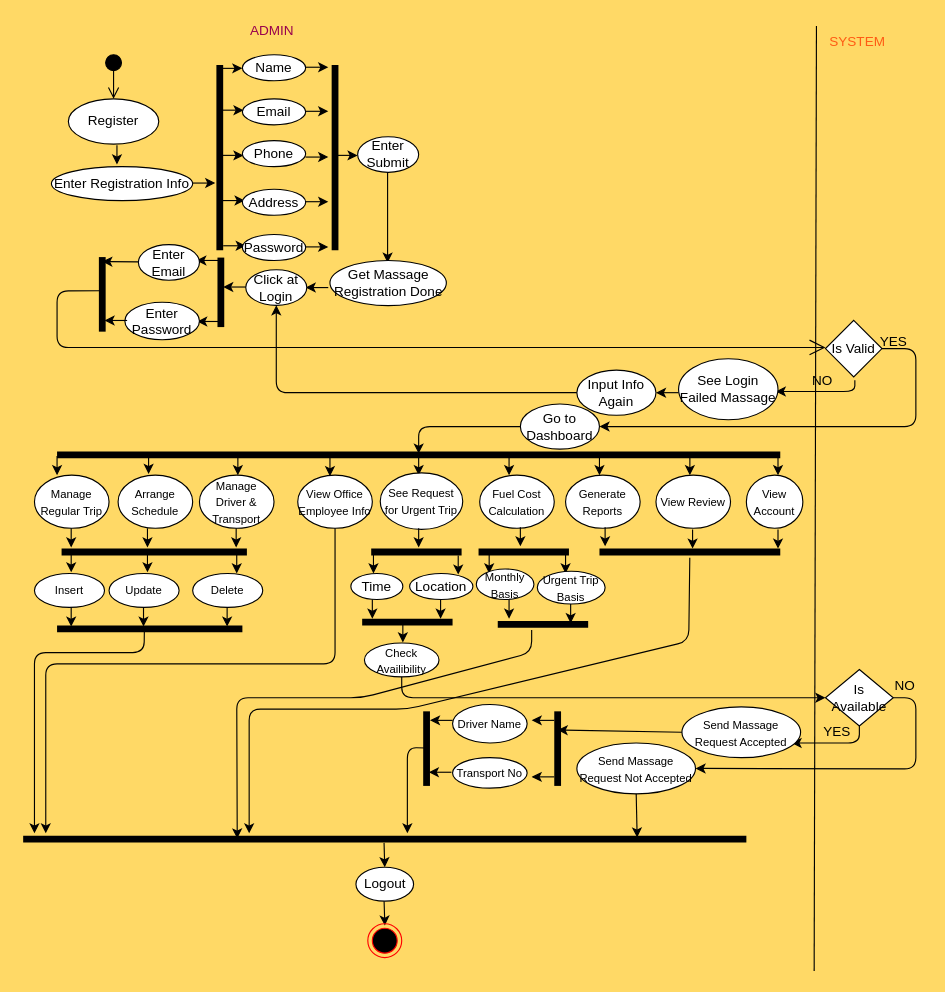
Before: resources/Untitled Diagram.drawio in SHIMAISRAFIL/Transport-Schedule, a draw.io diagram. Source tidied: cells renumbered, new cells numbered last; positions are measured from the earlier drawing's top-left corner, leaving out a move shared by most shapes. Both pictures are drawn from the tidied source at 113%, with x=0, y=0 at pixel (23, 19).
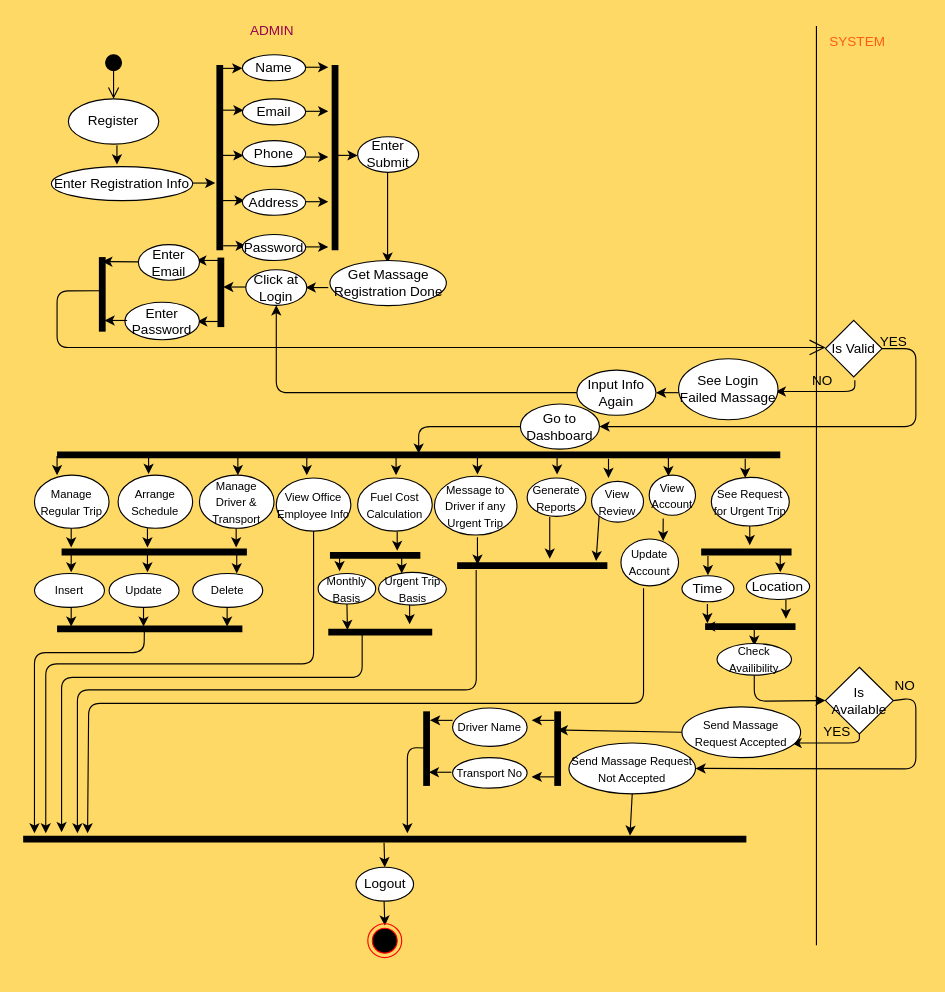
The same page after the edit.

Unchanged cells that the change refers to:
```xml
<mxCell id="77" style="shape=line;html=1;strokeWidth=6;rotation=0;" parent="1" vertex="1">
  <mxGeometry y="720" width="640" height="10" as="geometry" />
</mxCell>
<mxCell id="120" value="&lt;font color=&quot;#ff5b14&quot;&gt;SYSTEM&lt;/font&gt;" style="text;html=1;align=center;verticalAlign=middle;points=[];strokeColor=none;" parent="1" vertex="1">
  <mxGeometry x="703" y="10" width="70" height="20" as="geometry" />
</mxCell>
```

The edit, as a diff of the source:
```diff
@@
     <mxCell id="6" style="endArrow=classic;html=1;" parent="1" edge="1">
       <mxGeometry relative="1" as="geometry">
-        <mxPoint x="271.5" y="387" as="sourcePoint" />
-        <mxPoint x="271.5" y="404" as="targetPoint" />
+        <mxPoint x="251" y="386" as="sourcePoint" />
+        <mxPoint x="251" y="403" as="targetPoint" />
       </mxGeometry>
     </mxCell>
     <mxCell id="7" style="endArrow=classic;html=1;" parent="1" edge="1">
       <mxGeometry relative="1" as="geometry">
-        <mxPoint x="350" y="386" as="sourcePoint" />
-        <mxPoint x="350" y="403" as="targetPoint" />
+        <mxPoint x="330" y="386" as="sourcePoint" />
+        <mxPoint x="330" y="403" as="targetPoint" />
       </mxGeometry>
     </mxCell>
     <mxCell id="8" style="endArrow=classic;html=1;" parent="1" edge="1">
       <mxGeometry relative="1" as="geometry">
-        <mxPoint x="430" y="386" as="sourcePoint" />
-        <mxPoint x="430" y="403" as="targetPoint" />
+        <mxPoint x="402" y="385.5" as="sourcePoint" />
+        <mxPoint x="402" y="402.5" as="targetPoint" />
       </mxGeometry>
     </mxCell>
     <mxCell id="9" style="endArrow=classic;html=1;" parent="1" edge="1">
       <mxGeometry relative="1" as="geometry">
-        <mxPoint x="510" y="386" as="sourcePoint" />
-        <mxPoint x="510" y="403" as="targetPoint" />
+        <mxPoint x="518" y="388.5" as="sourcePoint" />
+        <mxPoint x="518" y="405.5" as="targetPoint" />
       </mxGeometry>
     </mxCell>
     <mxCell id="10" style="endArrow=classic;html=1;" parent="1" edge="1">
       <mxGeometry relative="1" as="geometry">
-        <mxPoint x="590" y="386" as="sourcePoint" />
-        <mxPoint x="590" y="403" as="targetPoint" />
+        <mxPoint x="571" y="387" as="sourcePoint" />
+        <mxPoint x="571" y="404" as="targetPoint" />
       </mxGeometry>
     </mxCell>
     <mxCell id="11" style="endArrow=classic;html=1;" parent="1" edge="1">
       <mxGeometry relative="1" as="geometry">
-        <mxPoint x="668" y="386" as="sourcePoint" />
-        <mxPoint x="668" y="403" as="targetPoint" />
+        <mxPoint x="639" y="388.5" as="sourcePoint" />
+        <mxPoint x="639" y="405.5" as="targetPoint" />
       </mxGeometry>
     </mxCell>
@@
     <mxCell id="15" value="&lt;font style=&quot;font-size: 10px&quot;&gt;View Office Employee Info&lt;/font&gt;" style="ellipse;whiteSpace=wrap;html=1;" parent="1" vertex="1">
-      <mxGeometry x="243" y="403" width="66" height="47" as="geometry" />
+      <mxGeometry x="224" y="405.5" width="66" height="47" as="geometry" />
     </mxCell>
     <mxCell id="16" value="&lt;font style=&quot;font-size: 10px&quot;&gt;See Request for Urgent Trip&lt;/font&gt;" style="ellipse;whiteSpace=wrap;html=1;" parent="1" vertex="1">
-      <mxGeometry x="316" y="401" width="73" height="50" as="geometry" />
+      <mxGeometry x="609" y="405" width="69" height="43" as="geometry" />
     </mxCell>
     <mxCell id="17" value="&lt;font style=&quot;font-size: 10px&quot;&gt;Fuel Cost Calculation&lt;/font&gt;" style="ellipse;whiteSpace=wrap;html=1;" parent="1" vertex="1">
-      <mxGeometry x="404" y="403" width="66" height="47" as="geometry" />
+      <mxGeometry x="296" y="405.5" width="66" height="47" as="geometry" />
     </mxCell>
     <mxCell id="18" value="&lt;font style=&quot;font-size: 10px&quot;&gt;Generate Reports&lt;/font&gt;" style="ellipse;whiteSpace=wrap;html=1;" parent="1" vertex="1">
-      <mxGeometry x="480" y="403" width="66" height="47" as="geometry" />
+      <mxGeometry x="446" y="405.5" width="52" height="34" as="geometry" />
     </mxCell>
     <mxCell id="19" value="&lt;font style=&quot;font-size: 10px&quot;&gt;View Review&lt;/font&gt;" style="ellipse;whiteSpace=wrap;html=1;" parent="1" vertex="1">
-      <mxGeometry x="560" y="403" width="66" height="47" as="geometry" />
+      <mxGeometry x="503" y="408.5" width="46" height="36" as="geometry" />
     </mxCell>
     <mxCell id="20" value="&lt;font style=&quot;font-size: 10px&quot;&gt;View Account&lt;/font&gt;" style="ellipse;whiteSpace=wrap;html=1;" parent="1" vertex="1">
-      <mxGeometry x="640" y="403" width="50" height="47" as="geometry" />
+      <mxGeometry x="554" y="403" width="41" height="35.5" as="geometry" />
     </mxCell>
@@
     <mxCell id="36" style="endArrow=classic;html=1;exitX=0.5;exitY=1;exitDx=0;exitDy=0;" parent="1" edge="1" source="15">
       <mxGeometry relative="1" as="geometry">
         <mxPoint x="20" y="720" as="targetPoint" />
         <Array as="points">
-          <mxPoint x="276" y="570" />
+          <mxPoint x="257" y="570" />
           <mxPoint x="20" y="570" />
         </Array>
       </mxGeometry>
     </mxCell>
     <mxCell id="37" style="endArrow=classic;html=1;" parent="1" edge="1">
       <mxGeometry relative="1" as="geometry">
-        <mxPoint x="350" y="450" as="sourcePoint" />
-        <mxPoint x="350" y="467" as="targetPoint" />
+        <mxPoint x="643" y="448" as="sourcePoint" />
+        <mxPoint x="643" y="465" as="targetPoint" />
       </mxGeometry>
     </mxCell>
     <mxCell id="38" style="shape=line;html=1;strokeWidth=6;rotation=0;" parent="1" vertex="1">
-      <mxGeometry x="308" y="466" width="80" height="10" as="geometry" />
+      <mxGeometry x="600" y="466" width="80" height="10" as="geometry" />
     </mxCell>
     <mxCell id="39" style="endArrow=classic;html=1;" parent="1" edge="1">
       <mxGeometry relative="1" as="geometry">
-        <mxPoint x="310" y="473" as="sourcePoint" />
-        <mxPoint x="310" y="490" as="targetPoint" />
+        <mxPoint x="606" y="474.5" as="sourcePoint" />
+        <mxPoint x="606" y="491.5" as="targetPoint" />
       </mxGeometry>
     </mxCell>
     <mxCell id="40" style="endArrow=classic;html=1;" parent="1" edge="1">
       <mxGeometry relative="1" as="geometry">
-        <mxPoint x="385" y="474" as="sourcePoint" />
-        <mxPoint x="385" y="491" as="targetPoint" />
+        <mxPoint x="670" y="472" as="sourcePoint" />
+        <mxPoint x="670" y="489" as="targetPoint" />
       </mxGeometry>
     </mxCell>
     <mxCell id="41" value="Time" style="ellipse;whiteSpace=wrap;html=1;" parent="1" vertex="1">
-      <mxGeometry x="290" y="490" width="46" height="23" as="geometry" />
+      <mxGeometry x="583" y="492" width="46" height="23" as="geometry" />
     </mxCell>
     <mxCell id="42" value="Location" style="ellipse;whiteSpace=wrap;html=1;" parent="1" vertex="1">
-      <mxGeometry x="342" y="490" width="56" height="23" as="geometry" />
+      <mxGeometry x="640" y="490" width="56" height="23" as="geometry" />
     </mxCell>
-    <mxCell id="43" style="endArrow=classic;html=1;" parent="1" edge="1">
-      <mxGeometry relative="1" as="geometry">
-        <mxPoint x="309" y="513" as="sourcePoint" />
-        <mxPoint x="309" y="530" as="targetPoint" />
-      </mxGeometry>
-    </mxCell>
     <mxCell id="44" style="endArrow=classic;html=1;" parent="1" edge="1">
       <mxGeometry relative="1" as="geometry">
-        <mxPoint x="369.4" y="513" as="sourcePoint" />
-        <mxPoint x="369.4" y="530" as="targetPoint" />
+        <mxPoint x="675" y="513" as="sourcePoint" />
+        <mxPoint x="675" y="530" as="targetPoint" />
       </mxGeometry>
     </mxCell>
     <mxCell id="45" style="shape=line;html=1;strokeWidth=6;rotation=0;" parent="1" vertex="1">
-      <mxGeometry x="300" y="528" width="80" height="10" as="geometry" />
+      <mxGeometry x="603.5" y="532" width="80" height="10" as="geometry" />
     </mxCell>
     <mxCell id="46" style="endArrow=classic;html=1;" parent="1" edge="1">
       <mxGeometry relative="1" as="geometry">
-        <mxPoint x="336" y="534" as="sourcePoint" />
-        <mxPoint x="336" y="551" as="targetPoint" />
+        <mxPoint x="647" y="537" as="sourcePoint" />
+        <mxPoint x="647" y="554" as="targetPoint" />
       </mxGeometry>
     </mxCell>
     <mxCell id="47" value="&lt;font style=&quot;font-size: 10px&quot;&gt;Check Availibility&lt;/font&gt;" style="ellipse;whiteSpace=wrap;html=1;" parent="1" vertex="1">
-      <mxGeometry x="302" y="551.5" width="66" height="30" as="geometry" />
+      <mxGeometry x="614" y="552" width="66" height="28" as="geometry" />
     </mxCell>
-    <mxCell id="48" style="endArrow=classic;html=1;exitX=0.5;exitY=1;exitDx=0;exitDy=0;" parent="1" edge="1" source="47">
-      <mxGeometry relative="1" as="geometry">
-        <mxPoint x="710" y="600" as="targetPoint" />
-        <Array as="points">
-          <mxPoint x="335" y="600" />
-        </Array>
-      </mxGeometry>
-    </mxCell>
     <mxCell id="49" value="Is Available" style="rhombus;whiteSpace=wrap;html=1;strokeColor=#000000;" parent="1" vertex="1">
-      <mxGeometry x="710" y="575" width="60" height="50" as="geometry" />
+      <mxGeometry x="710" y="573" width="60" height="59" as="geometry" />
     </mxCell>
@@
     <mxCell id="53" value="&lt;font style=&quot;font-size: 10px&quot;&gt;Send Massage Request Not Accepted&lt;/font&gt;" style="ellipse;whiteSpace=wrap;html=1;" parent="1" vertex="1">
-      <mxGeometry x="490" y="640" width="105" height="45" as="geometry" />
+      <mxGeometry x="483" y="640" width="112" height="45" as="geometry" />
     </mxCell>
@@
     <mxCell id="60" value="&lt;font style=&quot;font-size: 10px&quot;&gt;Driver Name&lt;/font&gt;" style="ellipse;whiteSpace=wrap;html=1;" parent="1" vertex="1">
-      <mxGeometry x="380" y="606" width="66" height="34" as="geometry" />
+      <mxGeometry x="380" y="609" width="66" height="34" as="geometry" />
     </mxCell>
@@
-    <mxCell id="66" style="endArrow=classic;html=1;exitX=0.5;exitY=1;exitDx=0;exitDy=0;entryX=0.849;entryY=0.371;entryDx=0;entryDy=0;entryPerimeter=0;" parent="1" edge="1" source="53" target="77">
-      <mxGeometry relative="1" as="geometry" />
+    <mxCell id="66" style="endArrow=classic;html=1;exitX=0.5;exitY=1;exitDx=0;exitDy=0;" parent="1" edge="1" source="53">
+      <mxGeometry relative="1" as="geometry">
+        <mxPoint x="537" y="722" as="targetPoint" />
+      </mxGeometry>
     </mxCell>
     <mxCell id="67" style="endArrow=classic;html=1;" parent="1" edge="1">
       <mxGeometry relative="1" as="geometry">
-        <mxPoint x="440" y="449" as="sourcePoint" />
-        <mxPoint x="440" y="466" as="targetPoint" />
+        <mxPoint x="331" y="453" as="sourcePoint" />
+        <mxPoint x="331" y="470" as="targetPoint" />
       </mxGeometry>
     </mxCell>
     <mxCell id="68" style="shape=line;html=1;strokeWidth=6;rotation=0;" parent="1" vertex="1">
-      <mxGeometry x="403" y="466" width="80" height="10" as="geometry" />
+      <mxGeometry x="271.5" y="469" width="80" height="10" as="geometry" />
     </mxCell>
     <mxCell id="69" style="endArrow=classic;html=1;" parent="1" edge="1">
       <mxGeometry relative="1" as="geometry">
-        <mxPoint x="480" y="473" as="sourcePoint" />
-        <mxPoint x="480" y="490" as="targetPoint" />
+        <mxPoint x="335" y="473" as="sourcePoint" />
+        <mxPoint x="335" y="490" as="targetPoint" />
       </mxGeometry>
     </mxCell>
     <mxCell id="70" style="endArrow=classic;html=1;" parent="1" edge="1">
       <mxGeometry relative="1" as="geometry">
-        <mxPoint x="412.4" y="473" as="sourcePoint" />
-        <mxPoint x="412.4" y="490" as="targetPoint" />
+        <mxPoint x="280" y="471" as="sourcePoint" />
+        <mxPoint x="280" y="488" as="targetPoint" />
       </mxGeometry>
     </mxCell>
     <mxCell id="71" value="&lt;font style=&quot;font-size: 10px&quot;&gt;Monthly Basis&lt;/font&gt;" style="ellipse;whiteSpace=wrap;html=1;" parent="1" vertex="1">
-      <mxGeometry x="401" y="486" width="51" height="27" as="geometry" />
+      <mxGeometry x="261" y="490" width="51" height="27" as="geometry" />
     </mxCell>
     <mxCell id="72" value="&lt;font style=&quot;font-size: 10px&quot;&gt;Urgent Trip Basis&lt;/font&gt;" style="ellipse;whiteSpace=wrap;html=1;" parent="1" vertex="1">
-      <mxGeometry x="455" y="488" width="60" height="29" as="geometry" />
+      <mxGeometry x="314.5" y="489" width="60" height="29" as="geometry" />
     </mxCell>
-    <mxCell id="73" style="endArrow=classic;html=1;" parent="1" edge="1">
+    <mxCell id="73" style="endArrow=classic;html=1;entryX=0.136;entryY=0.42;entryDx=0;entryDy=0;entryPerimeter=0;" parent="1" edge="1" target="76">
       <mxGeometry relative="1" as="geometry">
-        <mxPoint x="515" y="449" as="sourcePoint" />
-        <mxPoint x="515" y="466" as="targetPoint" />
+        <mxPoint x="402" y="458" as="sourcePoint" />
       </mxGeometry>
     </mxCell>
     <mxCell id="74" style="endArrow=classic;html=1;" parent="1" edge="1">
       <mxGeometry relative="1" as="geometry">
-        <mxPoint x="592.4" y="451" as="sourcePoint" />
-        <mxPoint x="592.4" y="468" as="targetPoint" />
+        <mxPoint x="466" y="440" as="sourcePoint" />
+        <mxPoint x="466" y="477" as="targetPoint" />
       </mxGeometry>
     </mxCell>
-    <mxCell id="75" style="endArrow=classic;html=1;" parent="1" edge="1">
-      <mxGeometry relative="1" as="geometry">
-        <mxPoint x="668" y="451" as="sourcePoint" />
-        <mxPoint x="668" y="468" as="targetPoint" />
-      </mxGeometry>
+    <mxCell id="75" style="endArrow=classic;html=1;entryX=0.732;entryY=0.042;entryDx=0;entryDy=0;entryPerimeter=0;exitX=0.302;exitY=1.082;exitDx=0;exitDy=0;exitPerimeter=0;" parent="1" edge="1" source="20" target="139">
+      <mxGeometry relative="1" as="geometry" />
     </mxCell>
     <mxCell id="76" style="shape=line;html=1;strokeWidth=6;rotation=0;" parent="1" vertex="1">
-      <mxGeometry x="510" y="466" width="160" height="10" as="geometry" />
+      <mxGeometry x="384" y="478" width="133" height="10" as="geometry" />
     </mxCell>
@@
     <mxCell id="133" style="endArrow=none;html=1;entryX=-0.014;entryY=-0.221;entryDx=0;entryDy=0;entryPerimeter=0;" parent="1" edge="1" target="120">
       <mxGeometry relative="1" as="geometry">
-        <mxPoint x="700" y="841.9" as="sourcePoint" />
+        <mxPoint x="702" y="819" as="sourcePoint" />
       </mxGeometry>
     </mxCell>
-    <mxCell id="134" style="endArrow=classic;html=1;" parent="1" edge="1">
+    <mxCell id="134" style="endArrow=classic;html=1;exitX=0.5;exitY=1;exitDx=0;exitDy=0;" parent="1" edge="1" source="71">
       <mxGeometry relative="1" as="geometry">
-        <mxPoint x="430" y="513" as="sourcePoint" />
-        <mxPoint x="430" y="530" as="targetPoint" />
+        <mxPoint x="287" y="540" as="targetPoint" />
       </mxGeometry>
     </mxCell>
     <mxCell id="135" style="endArrow=classic;html=1;" parent="1" edge="1">
       <mxGeometry relative="1" as="geometry">
-        <mxPoint x="484.5" y="517" as="sourcePoint" />
-        <mxPoint x="484.5" y="534" as="targetPoint" />
+        <mxPoint x="342" y="518" as="sourcePoint" />
+        <mxPoint x="342" y="535" as="targetPoint" />
       </mxGeometry>
     </mxCell>
     <mxCell id="136" style="shape=line;html=1;strokeWidth=6;rotation=0;" parent="1" vertex="1">
-      <mxGeometry x="420" y="530" width="80" height="10" as="geometry" />
+      <mxGeometry x="270" y="537" width="92" height="10" as="geometry" />
     </mxCell>
-    <mxCell id="137" style="endArrow=classic;html=1;entryX=0.296;entryY=0.46;entryDx=0;entryDy=0;entryPerimeter=0;" parent="1" edge="1" target="77">
+    <mxCell id="137" style="endArrow=classic;html=1;" parent="1" edge="1">
       <mxGeometry relative="1" as="geometry">
-        <mxPoint x="450" y="540" as="sourcePoint" />
+        <mxPoint x="300" y="542" as="sourcePoint" />
+        <mxPoint x="34" y="719" as="targetPoint" />
         <Array as="points">
-          <mxPoint x="450" y="560" />
-          <mxPoint x="300" y="600" />
-          <mxPoint x="189" y="600" />
+          <mxPoint x="300" y="582" />
+          <mxPoint x="34" y="582" />
         </Array>
       </mxGeometry>
     </mxCell>
-    <mxCell id="138" style="endArrow=classic;html=1;" parent="1" edge="1" source="76">
+    <mxCell id="138" style="endArrow=classic;html=1;exitX=0.127;exitY=0.9;exitDx=0;exitDy=0;exitPerimeter=0;" parent="1" edge="1" source="76">
       <mxGeometry relative="1" as="geometry">
-        <mxPoint x="200" y="720" as="targetPoint" />
+        <mxPoint x="48" y="720" as="targetPoint" />
         <Array as="points">
-          <mxPoint x="589" y="550" />
-          <mxPoint x="340" y="610" />
-          <mxPoint x="200" y="610" />
+          <mxPoint x="401" y="593" />
+          <mxPoint x="374" y="593" />
+          <mxPoint x="48" y="593" />
         </Array>
       </mxGeometry>
     </mxCell>
+    <mxCell id="139" value="&lt;font style=&quot;font-size: 10px&quot;&gt;Update Account&lt;/font&gt;" style="ellipse;whiteSpace=wrap;html=1;" parent="1" vertex="1">
+      <mxGeometry x="529" y="459.5" width="51" height="41.5" as="geometry" />
+    </mxCell>
+    <mxCell id="140" style="endArrow=classic;html=1;" parent="1" edge="1">
+      <mxGeometry relative="1" as="geometry">
+        <mxPoint x="549" y="503" as="sourcePoint" />
+        <mxPoint x="57" y="720" as="targetPoint" />
+        <Array as="points">
+          <mxPoint x="549" y="605" />
+          <mxPoint x="58" y="605" />
+        </Array>
+      </mxGeometry>
+    </mxCell>
+    <mxCell id="141" style="endArrow=classic;html=1;" parent="1" edge="1">
+      <mxGeometry relative="1" as="geometry">
+        <mxPoint x="472.5" y="385.5" as="sourcePoint" />
+        <mxPoint x="472.5" y="402.5" as="targetPoint" />
+      </mxGeometry>
+    </mxCell>
+    <mxCell id="142" value="&lt;font style=&quot;font-size: 10px&quot;&gt;Message to Driver if any Urgent Trip&lt;/font&gt;" style="ellipse;whiteSpace=wrap;html=1;" parent="1" vertex="1">
+      <mxGeometry x="364" y="404" width="73" height="52" as="geometry" />
+    </mxCell>
+    <mxCell id="143" style="edgeStyle=orthogonalEdgeStyle;rounded=0;orthogonalLoop=1;jettySize=auto;html=1;exitX=0.25;exitY=0.5;exitDx=0;exitDy=0;exitPerimeter=0;entryX=0;entryY=0.5;entryDx=0;entryDy=0;entryPerimeter=0;" parent="1" edge="1" source="45" target="45">
+      <mxGeometry relative="1" as="geometry" />
+    </mxCell>
+    <mxCell id="144" style="endArrow=classic;html=1;" parent="1" edge="1">
+      <mxGeometry relative="1" as="geometry">
+        <mxPoint x="605.5" y="517" as="sourcePoint" />
+        <mxPoint x="605.5" y="534" as="targetPoint" />
+      </mxGeometry>
+    </mxCell>
+    <mxCell id="145" style="endArrow=classic;html=1;exitX=0.5;exitY=1;exitDx=0;exitDy=0;entryX=0;entryY=0.5;entryDx=0;entryDy=0;" parent="1" edge="1" source="47" target="49">
+      <mxGeometry relative="1" as="geometry">
+        <Array as="points">
+          <mxPoint x="647" y="603" />
+        </Array>
+      </mxGeometry>
+    </mxCell>
+    <mxCell id="146" style="endArrow=classic;html=1;exitX=0;exitY=1;exitDx=0;exitDy=0;" parent="1" edge="1" source="19">
+      <mxGeometry relative="1" as="geometry">
+        <mxPoint x="507" y="479" as="targetPoint" />
+      </mxGeometry>
+    </mxCell>
```
